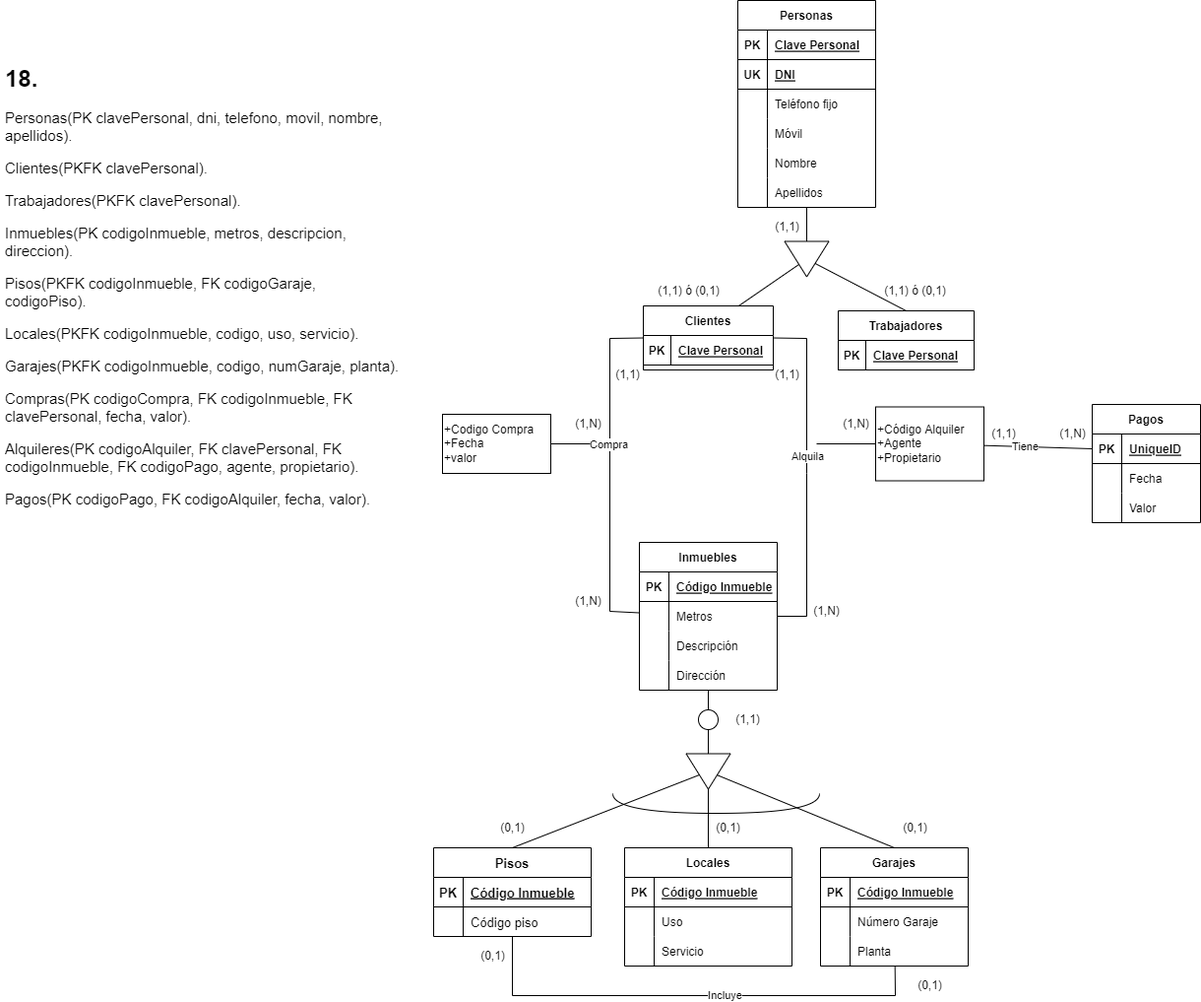
This is BCTSRS_TA12_18_Inmuebles.png.png from josepmartorell/RTS_C3_UD12, a draw.io export, as it was before one commit. Source tidied: cells renumbered, new cells last; positions are measured from the earlier drawing's top-left corner, leaving out a move shared by most shapes.
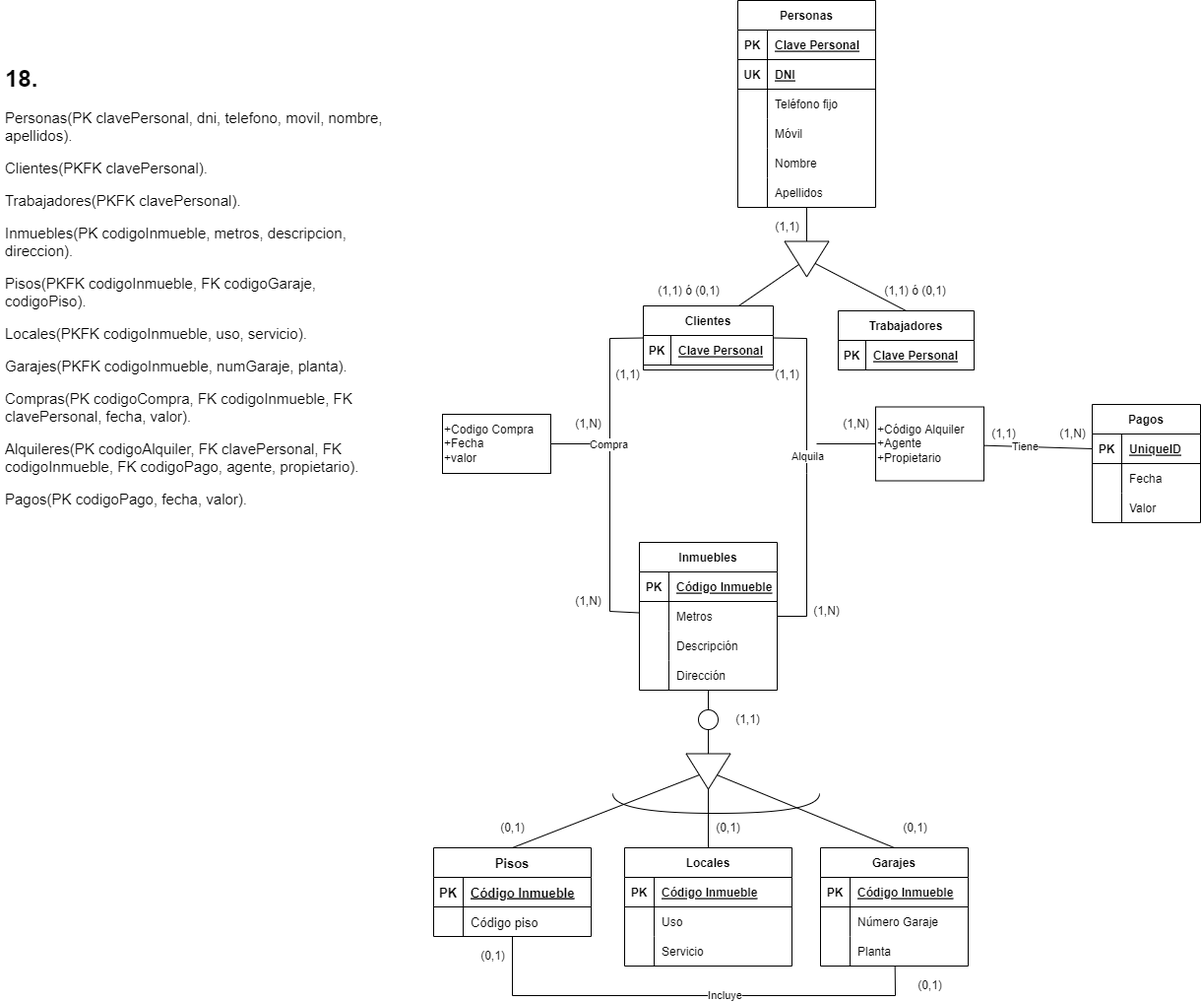
Above is the later version.

What changed in the source:
```diff
@@ -363,7 +363,7 @@
     <mxCell id="112" value="Valor" style="shape=partialRectangle;fillColor=none;top=0;left=0;bottom=0;right=0;align=left;spacingLeft=6;overflow=hidden;" parent="110" vertex="1">
       <mxGeometry x="30" width="80" height="30" as="geometry" />
     </mxCell>
-    <mxCell id="113" value="&lt;h1&gt;18.&lt;/h1&gt;&lt;p style=&quot;font-size: 15px;&quot;&gt;&lt;font style=&quot;font-size: 15px;&quot;&gt;Personas(PK clavePersonal, dni, telefono, movil, nombre, apellidos).&lt;/font&gt;&lt;/p&gt;&lt;p style=&quot;font-size: 15px;&quot;&gt;&lt;font style=&quot;font-size: 15px;&quot;&gt;Clientes(PKFK clavePersonal).&lt;/font&gt;&lt;/p&gt;&lt;p style=&quot;font-size: 15px;&quot;&gt;&lt;font style=&quot;font-size: 15px;&quot;&gt;Trabajadores(PKFK clavePersonal).&lt;/font&gt;&lt;/p&gt;&lt;p style=&quot;font-size: 15px;&quot;&gt;&lt;font style=&quot;font-size: 15px;&quot;&gt;Inmuebles(PK codigoInmueble, metros, descripcion, direccion).&lt;/font&gt;&lt;/p&gt;&lt;p style=&quot;font-size: 15px;&quot;&gt;&lt;font style=&quot;font-size: 15px;&quot;&gt;Pisos(PKFK codigoInmueble, FK codigoGaraje, codigoPiso).&lt;/font&gt;&lt;/p&gt;&lt;p style=&quot;font-size: 15px;&quot;&gt;&lt;font style=&quot;font-size: 15px;&quot;&gt;Locales(PKFK codigoInmueble, codigo, uso, servicio).&lt;/font&gt;&lt;/p&gt;&lt;p style=&quot;font-size: 15px;&quot;&gt;&lt;font style=&quot;font-size: 15px;&quot;&gt;Garajes(PKFK codigoInmueble, codigo, numGaraje, planta).&lt;/font&gt;&lt;/p&gt;&lt;p style=&quot;font-size: 15px;&quot;&gt;&lt;font style=&quot;font-size: 15px;&quot;&gt;Compras(PK codigoCompra, FK codigoInmueble, FK clavePersonal, fecha, valor).&lt;/font&gt;&lt;/p&gt;&lt;p style=&quot;font-size: 15px;&quot;&gt;&lt;font style=&quot;font-size: 15px;&quot;&gt;Alquileres(PK codigoAlquiler, FK clavePersonal, FK codigoInmueble, FK codigoPago, agente, propietario).&lt;/font&gt;&lt;/p&gt;&lt;p style=&quot;font-size: 15px;&quot;&gt;&lt;font style=&quot;font-size: 15px;&quot;&gt;Pagos(PK codigoPago, FK codigoAlquiler, fecha, valor).&lt;/font&gt;&lt;/p&gt;" style="text;html=1;strokeColor=none;fillColor=none;spacing=5;spacingTop=-20;whiteSpace=wrap;overflow=hidden;rounded=0;" parent="1" vertex="1">
+    <mxCell id="113" value="&lt;h1&gt;18.&lt;/h1&gt;&lt;p style=&quot;font-size: 15px;&quot;&gt;&lt;font style=&quot;font-size: 15px;&quot;&gt;Personas(PK clavePersonal, dni, telefono, movil, nombre, apellidos).&lt;/font&gt;&lt;/p&gt;&lt;p style=&quot;font-size: 15px;&quot;&gt;&lt;font style=&quot;font-size: 15px;&quot;&gt;Clientes(PKFK clavePersonal).&lt;/font&gt;&lt;/p&gt;&lt;p style=&quot;font-size: 15px;&quot;&gt;&lt;font style=&quot;font-size: 15px;&quot;&gt;Trabajadores(PKFK clavePersonal).&lt;/font&gt;&lt;/p&gt;&lt;p style=&quot;font-size: 15px;&quot;&gt;&lt;font style=&quot;font-size: 15px;&quot;&gt;Inmuebles(PK codigoInmueble, metros, descripcion, direccion).&lt;/font&gt;&lt;/p&gt;&lt;p style=&quot;font-size: 15px;&quot;&gt;&lt;font style=&quot;font-size: 15px;&quot;&gt;Pisos(PKFK codigoInmueble, FK codigoGaraje, codigoPiso).&lt;/font&gt;&lt;/p&gt;&lt;p style=&quot;font-size: 15px;&quot;&gt;&lt;font style=&quot;font-size: 15px;&quot;&gt;Locales(PKFK codigoInmueble, uso, servicio).&lt;/font&gt;&lt;/p&gt;&lt;p style=&quot;font-size: 15px;&quot;&gt;&lt;font style=&quot;font-size: 15px;&quot;&gt;Garajes(PKFK codigoInmueble, numGaraje, planta).&lt;/font&gt;&lt;/p&gt;&lt;p style=&quot;font-size: 15px;&quot;&gt;&lt;font style=&quot;font-size: 15px;&quot;&gt;Compras(PK codigoCompra, FK codigoInmueble, FK clavePersonal, fecha, valor).&lt;/font&gt;&lt;/p&gt;&lt;p style=&quot;font-size: 15px;&quot;&gt;&lt;font style=&quot;font-size: 15px;&quot;&gt;Alquileres(PK codigoAlquiler, FK clavePersonal, FK codigoInmueble, FK codigoPago, agente, propietario).&lt;/font&gt;&lt;/p&gt;&lt;p style=&quot;font-size: 15px;&quot;&gt;&lt;font style=&quot;font-size: 15px;&quot;&gt;Pagos(PK codigoPago, fecha, valor).&lt;/font&gt;&lt;/p&gt;" style="text;html=1;strokeColor=none;fillColor=none;spacing=5;spacingTop=-20;whiteSpace=wrap;overflow=hidden;rounded=0;" parent="1" vertex="1">
       <mxGeometry y="60" width="410" height="560" as="geometry" />
     </mxCell>
     <mxCell id="114" value="Pisos" style="shape=table;startSize=30;rowLines=0;fontStyle=1;align=center;fontSize=13;strokeWidth=1;" parent="1" vertex="1">
```
